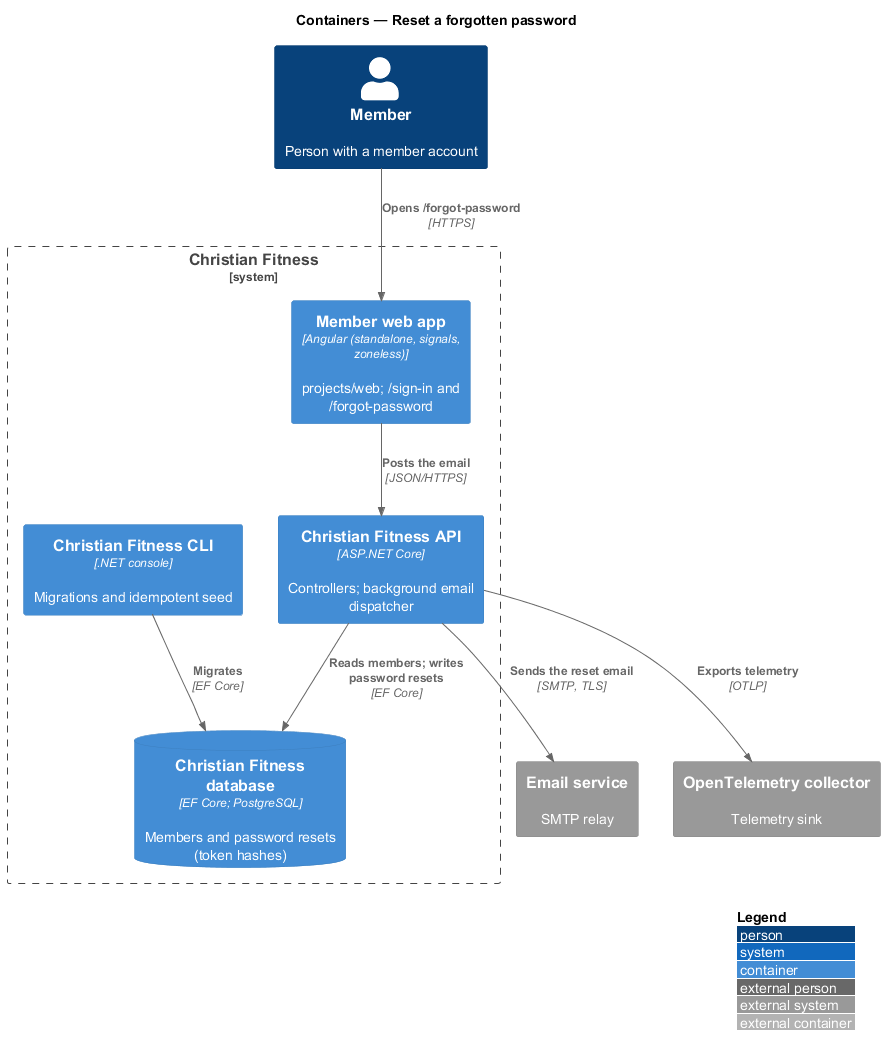
Above: docs/detailed-designs/member-access/reset-password/diagrams/c4-container.png in QuinntyneBrown/christian-fitness (PlantUML), before the change. Source of this version:
```plantuml
@startuml
!include <C4/C4_Container>
LAYOUT_WITH_LEGEND()
title Containers — Reset a forgotten password

Person(user, "Member", "Person with a member account")
System_Boundary(cf, "Christian Fitness") {
  Container(web, "Member web app", "Angular (standalone, signals, zoneless)", "projects/web; /sign-in and /forgot-password")
  Container(api, "Christian Fitness API", "ASP.NET Core", "Controllers; background email dispatcher")
  ContainerDb(db, "Christian Fitness database", "EF Core; PostgreSQL", "Members and password resets (token hashes)")
  Container(cli, "Christian Fitness CLI", ".NET console", "Migrations and idempotent seed")
}
System_Ext(smtp, "Email service", "SMTP relay")
System_Ext(otel, "OpenTelemetry collector", "Telemetry sink")

Rel(user, web, "Opens /forgot-password", "HTTPS")
Rel(web, api, "Posts the email", "JSON/HTTPS")
Rel(api, db, "Reads members; writes password resets", "EF Core")
Rel(api, smtp, "Sends the reset email", "SMTP, TLS")
Rel(cli, db, "Migrates", "EF Core")
Rel(api, otel, "Exports telemetry", "OTLP")
@enduml
```
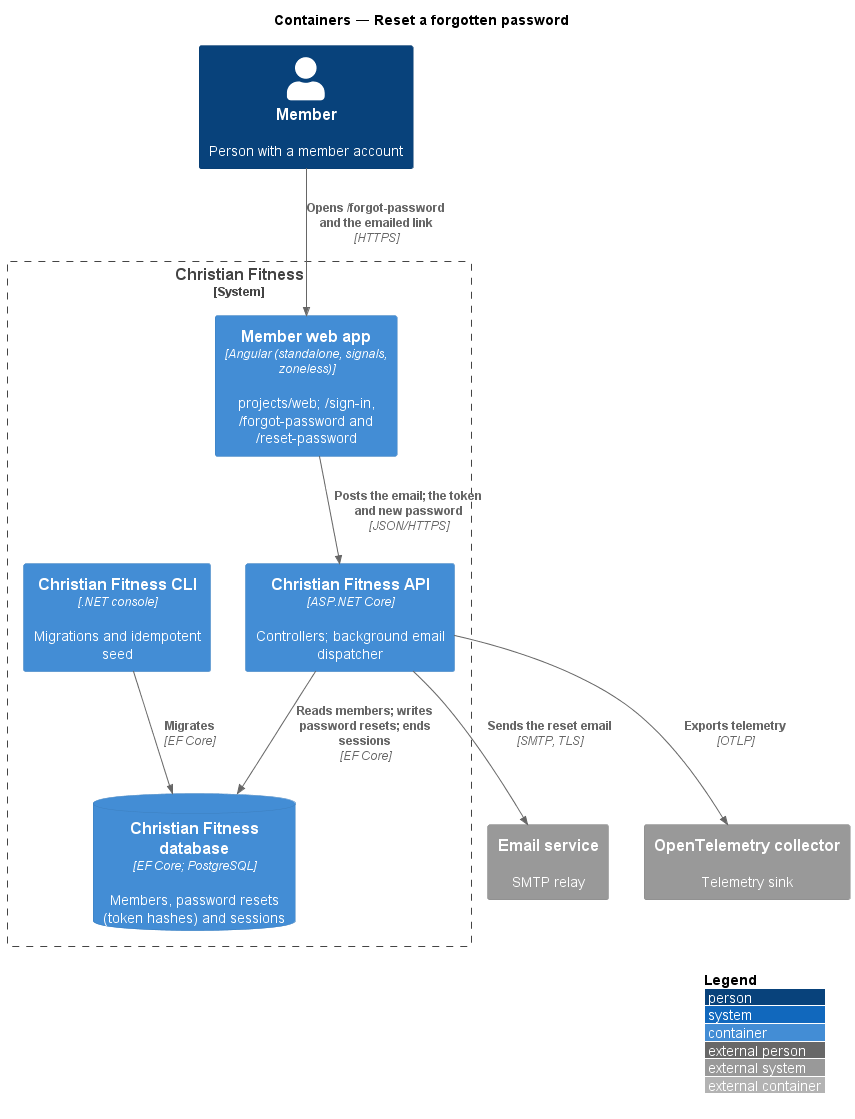
Later version of the same file.

Diff of the diagram source:
```diff
@@ -5,17 +5,17 @@
 
 Person(user, "Member", "Person with a member account")
 System_Boundary(cf, "Christian Fitness") {
-  Container(web, "Member web app", "Angular (standalone, signals, zoneless)", "projects/web; /sign-in and /forgot-password")
+  Container(web, "Member web app", "Angular (standalone, signals, zoneless)", "projects/web; /sign-in, /forgot-password and /reset-password")
   Container(api, "Christian Fitness API", "ASP.NET Core", "Controllers; background email dispatcher")
-  ContainerDb(db, "Christian Fitness database", "EF Core; PostgreSQL", "Members and password resets (token hashes)")
+  ContainerDb(db, "Christian Fitness database", "EF Core; PostgreSQL", "Members, password resets (token hashes) and sessions")
   Container(cli, "Christian Fitness CLI", ".NET console", "Migrations and idempotent seed")
 }
 System_Ext(smtp, "Email service", "SMTP relay")
 System_Ext(otel, "OpenTelemetry collector", "Telemetry sink")
 
-Rel(user, web, "Opens /forgot-password", "HTTPS")
-Rel(web, api, "Posts the email", "JSON/HTTPS")
-Rel(api, db, "Reads members; writes password resets", "EF Core")
+Rel(user, web, "Opens /forgot-password and the emailed link", "HTTPS")
+Rel(web, api, "Posts the email; the token and new password", "JSON/HTTPS")
+Rel(api, db, "Reads members; writes password resets; ends sessions", "EF Core")
 Rel(api, smtp, "Sends the reset email", "SMTP, TLS")
 Rel(cli, db, "Migrates", "EF Core")
 Rel(api, otel, "Exports telemetry", "OTLP")
```
